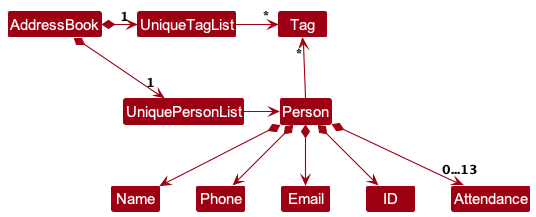
Earlier version of the PlantUML export docs/images/BetterModelClassDiagram.png (nus-cs2103-AY2324S1/tp). The source it was exported from:
```plantuml
@startuml
!include style.puml
skinparam arrowThickness 1.1
skinparam arrowColor MODEL_COLOR
skinparam classBackgroundColor MODEL_COLOR

AddressBook *-right-> "1" UniquePersonList
AddressBook *-right-> "1" UniqueTagList
UniqueTagList -[hidden]down- UniquePersonList
UniqueTagList -[hidden]down- UniquePersonList

UniqueTagList -right-> "*" Tag
UniquePersonList -right-> Person

Person -up-> "*" Tag

Person *--> Name
Person *--> Phone
Person *--> Email
Person *--> ID
Person *--> "     0...13" Attendance

@enduml
```
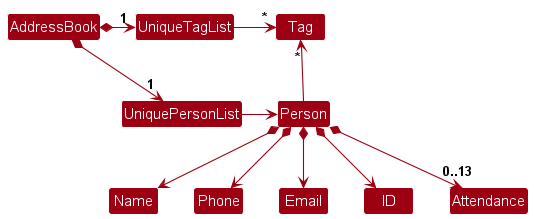
The same diagram one commit later.

Diff of the diagram source:
```diff
@@ -18,6 +18,6 @@
 Person *--> Phone
 Person *--> Email
 Person *--> ID
-Person *--> "     0...13" Attendance
+Person *--> "      0..13" Attendance
 
 @enduml
```
